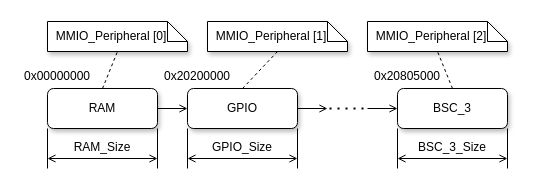
The draw.io diagram docs/diagrams/bus/bus_peripherals.drawio in silhavyj/ZeroMate, before the edit. Source tidied: cells renumbered, new cells numbered last; positions are measured from the earlier drawing's top-left corner, leaving out a move shared by most shapes. Both pictures are drawn from the tidied source at 100%, with x=0, y=0 at pixel (17, 21).
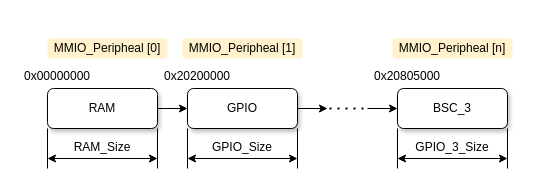
The same diagram, later.

The change refers to these unchanged cells:
```xml
<mxCell id="3" value="RAM" style="rounded=1;whiteSpace=wrap;html=1;shadow=1;glass=0;fontFamily=Computer Modern;" parent="1" vertex="1">
  <mxGeometry x="30" y="67" width="110" height="40" as="geometry" />
</mxCell>
<mxCell id="11" value="GPIO" style="rounded=1;whiteSpace=wrap;html=1;shadow=1;glass=0;fontFamily=Computer Modern;" parent="1" vertex="1">
  <mxGeometry x="170" y="67" width="110" height="40" as="geometry" />
</mxCell>
<mxCell id="17" value="BSC_3" style="rounded=1;whiteSpace=wrap;html=1;shadow=1;glass=0;fontFamily=Computer Modern;" parent="1" vertex="1">
  <mxGeometry x="380" y="67" width="110" height="40" as="geometry" />
</mxCell>
```

Change to the diagram source:
```diff
@@
+    <mxCell id="31" value="&lt;font face=&quot;Computer Modern&quot;&gt;MMIO_Peripheal [0]&lt;/font&gt;" style="rounded=1;whiteSpace=wrap;html=1;fillColor=#fff2cc;strokeColor=none;" parent="1" vertex="1">
+      <mxGeometry x="30" y="17" width="120" height="20" as="geometry" />
+    </mxCell>
-    <mxCell id="2" style="edgeStyle=orthogonalEdgeStyle;rounded=0;jettySize=auto;html=1;exitX=1;exitY=0.5;exitDx=0;exitDy=0;entryX=0;entryY=0.5;entryDx=0;entryDy=0;endArrow=open;endFill=0;" parent="1" edge="1" source="3" target="11">
+    <mxCell id="2" style="edgeStyle=orthogonalEdgeStyle;rounded=0;jettySize=auto;html=1;exitX=1;exitY=0.5;exitDx=0;exitDy=0;entryX=0;entryY=0.5;entryDx=0;entryDy=0;" parent="1" edge="1" source="3" target="11">
       <mxGeometry relative="1" as="geometry" />
     </mxCell>
@@
-    <mxCell id="9" style="endArrow=open;startArrow=open;html=1;rounded=0;startFill=0;endFill=0;" parent="1" edge="1">
+    <mxCell id="9" style="endArrow=classic;startArrow=classic;html=1;rounded=0;" parent="1" edge="1">
       <mxGeometry relative="1" as="geometry">
         <mxPoint x="30" y="137" as="sourcePoint" />
         <mxPoint x="140" y="137" as="targetPoint" />
       </mxGeometry>
     </mxCell>
-    <mxCell id="10" style="edgeStyle=orthogonalEdgeStyle;rounded=0;jettySize=auto;html=1;exitX=1;exitY=0.5;exitDx=0;exitDy=0;endArrow=open;endFill=0;" parent="1" edge="1" source="11">
+    <mxCell id="10" style="edgeStyle=orthogonalEdgeStyle;rounded=0;jettySize=auto;html=1;exitX=1;exitY=0.5;exitDx=0;exitDy=0;" parent="1" edge="1" source="11">
       <mxGeometry relative="1" as="geometry">
         <mxPoint x="310" y="87.1" as="targetPoint" />
       </mxGeometry>
     </mxCell>
@@
-    <mxCell id="16" style="endArrow=open;startArrow=open;html=1;rounded=0;startFill=0;endFill=0;" parent="1" edge="1">
+    <mxCell id="16" style="endArrow=classic;startArrow=classic;html=1;rounded=0;" parent="1" edge="1">
       <mxGeometry relative="1" as="geometry">
         <mxPoint x="170" y="137" as="sourcePoint" />
         <mxPoint x="280" y="137" as="targetPoint" />
       </mxGeometry>
     </mxCell>
@@
-    <mxCell id="19" value="BSC_3_Size" style="text;html=1;strokeColor=none;fillColor=none;align=center;verticalAlign=middle;whiteSpace=wrap;rounded=0;fontFamily=Computer Modern;" parent="1" vertex="1">
+    <mxCell id="19" value="GPIO_3_Size" style="text;html=1;strokeColor=none;fillColor=none;align=center;verticalAlign=middle;whiteSpace=wrap;rounded=0;fontFamily=Computer Modern;" parent="1" vertex="1">
       <mxGeometry x="400" y="111" width="70" height="30" as="geometry" />
     </mxCell>
@@
-    <mxCell id="22" style="endArrow=open;startArrow=open;html=1;rounded=0;startFill=0;endFill=0;" parent="1" edge="1">
+    <mxCell id="22" style="endArrow=classic;startArrow=classic;html=1;rounded=0;" parent="1" edge="1">
       <mxGeometry relative="1" as="geometry">
         <mxPoint x="380" y="137" as="sourcePoint" />
         <mxPoint x="490" y="137" as="targetPoint" />
       </mxGeometry>
     </mxCell>
-    <mxCell id="23" style="edgeStyle=orthogonalEdgeStyle;rounded=0;jettySize=auto;html=1;entryX=0;entryY=0.5;entryDx=0;entryDy=0;endArrow=open;endFill=0;" parent="1" edge="1" target="17">
+    <mxCell id="23" style="edgeStyle=orthogonalEdgeStyle;rounded=0;jettySize=auto;html=1;entryX=0;entryY=0.5;entryDx=0;entryDy=0;" parent="1" edge="1" target="17">
       <mxGeometry relative="1" as="geometry">
         <mxPoint x="350" y="87" as="sourcePoint" />
         <Array as="points">
           <mxPoint x="350" y="87" />
         </Array>
       </mxGeometry>
     </mxCell>
@@
-    <mxCell id="25" value="&amp;nbsp; MMIO_Peripheral [0]" style="shape=note;size=20;whiteSpace=wrap;html=1;fontFamily=Computer Modern;shadow=1;align=left;" parent="1" vertex="1">
-      <mxGeometry x="30" width="140" height="30" as="geometry" />
-    </mxCell>
-    <mxCell id="26" value="&amp;nbsp; MMIO_Peripheral [1]" style="shape=note;size=20;whiteSpace=wrap;html=1;fontFamily=Computer Modern;shadow=1;align=left;" parent="1" vertex="1">
-      <mxGeometry x="190" width="140" height="30" as="geometry" />
-    </mxCell>
-    <mxCell id="27" value="&amp;nbsp; MMIO_Peripheral [2]" style="shape=note;size=20;whiteSpace=wrap;html=1;fontFamily=Computer Modern;shadow=1;align=left;" parent="1" vertex="1">
-      <mxGeometry x="350" width="140" height="30" as="geometry" />
-    </mxCell>
-    <mxCell id="28" style="endArrow=none;dashed=1;html=1;rounded=0;exitX=0.5;exitY=0;exitDx=0;exitDy=0;entryX=0.5;entryY=1;entryDx=0;entryDy=0;entryPerimeter=0;" parent="1" edge="1" source="3" target="25">
-      <mxGeometry relative="1" as="geometry" />
-    </mxCell>
-    <mxCell id="29" style="endArrow=none;dashed=1;html=1;rounded=0;exitX=0.5;exitY=0;exitDx=0;exitDy=0;entryX=0.5;entryY=1;entryDx=0;entryDy=0;entryPerimeter=0;" parent="1" edge="1" source="11" target="26">
-      <mxGeometry relative="1" as="geometry" />
-    </mxCell>
-    <mxCell id="30" style="endArrow=none;dashed=1;html=1;rounded=0;exitX=0.5;exitY=0;exitDx=0;exitDy=0;entryX=0.5;entryY=1;entryDx=0;entryDy=0;entryPerimeter=0;" parent="1" edge="1" source="17" target="27">
-      <mxGeometry relative="1" as="geometry" />
-    </mxCell>
+    <mxCell id="32" value="&lt;font face=&quot;Computer Modern&quot;&gt;MMIO_Peripheal [1]&lt;/font&gt;" style="rounded=1;whiteSpace=wrap;html=1;fillColor=#fff2cc;strokeColor=none;" parent="1" vertex="1">
+      <mxGeometry x="165" y="17" width="120" height="20" as="geometry" />
+    </mxCell>
+    <mxCell id="33" value="&lt;font face=&quot;Computer Modern&quot;&gt;MMIO_Peripheal [n]&lt;/font&gt;" style="rounded=1;whiteSpace=wrap;html=1;fillColor=#fff2cc;strokeColor=none;" parent="1" vertex="1">
+      <mxGeometry x="375" y="17" width="120" height="20" as="geometry" />
+    </mxCell>
```
